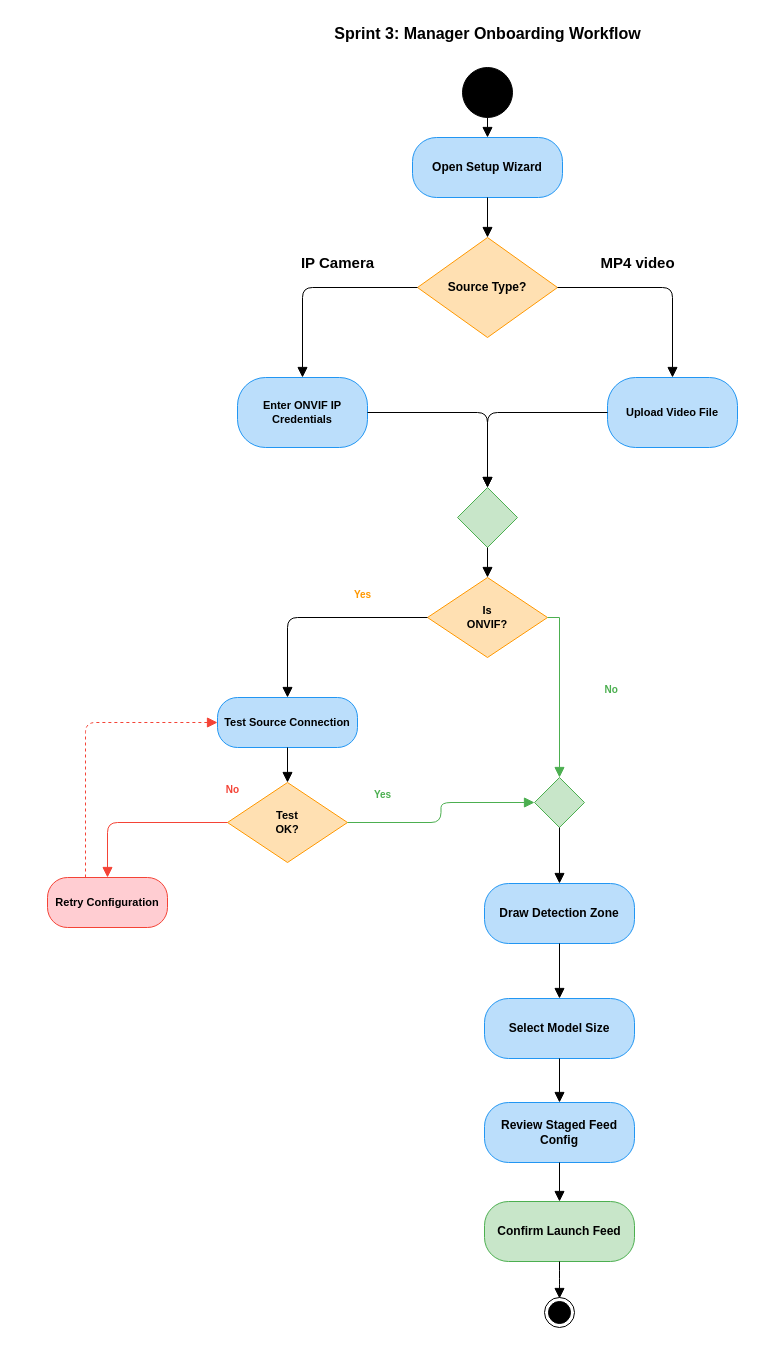
The draw.io diagram report-latex/figures/drawio/chapter5_onboarding_activity.drawio in Salmen-BA21/Queue-Wait-Time-Estimation, before the edit. Source tidied: cells renumbered, new cells numbered last; positions are measured from the earlier drawing's top-left corner, leaving out a move shared by most shapes. Both pictures are drawn from the tidied source at 100%, with x=0, y=0 at pixel (47, 17).
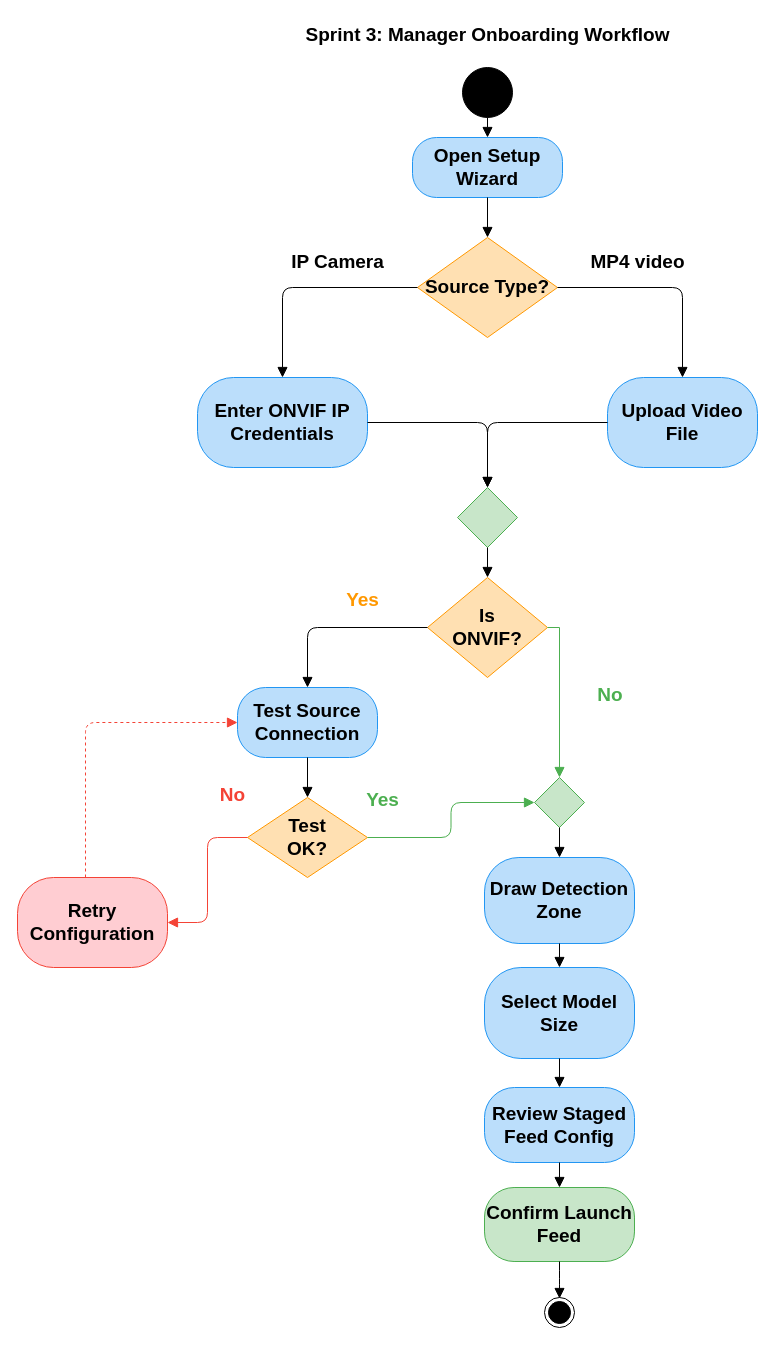
After the change.

What changed in the source:
```diff
@@
-    <mxCell id="2" value="Sprint 3: Manager Onboarding Workflow" style="text;html=1;align=center;verticalAlign=top;fontSize=16;fontStyle=1;fontColor=#000000;" parent="1" vertex="1">
+    <mxCell id="2" value="Sprint 3: Manager Onboarding Workflow" style="text;html=1;align=center;verticalAlign=top;fontSize=19;fontStyle=1;fontColor=#000000;" parent="1" vertex="1">
       <mxGeometry x="290" width="300" height="30" as="geometry" />
     </mxCell>
-    <mxCell id="3" style="ellipse;html=1;shape=ellipse;perimeter=ellipsePerimeter;whiteSpace=wrap;filled=1;fillColor=#000000;" parent="1" vertex="1">
+    <mxCell id="3" style="ellipse;html=1;shape=ellipse;perimeter=ellipsePerimeter;whiteSpace=wrap;filled=1;fillColor=#000000;fontSize=19;" parent="1" vertex="1">
       <mxGeometry x="415" y="50" width="50" height="50" as="geometry" />
     </mxCell>
-    <mxCell id="4" value="Open Setup Wizard" style="rounded=1;whiteSpace=wrap;html=1;arcSize=40;strokeColor=#2196F3;fillColor=#BBDEFB;fontStyle=1;fontSize=12;" parent="1" vertex="1">
+    <mxCell id="4" value="Open Setup Wizard" style="rounded=1;whiteSpace=wrap;html=1;arcSize=40;strokeColor=#2196F3;fillColor=#BBDEFB;fontStyle=1;fontSize=19;" parent="1" vertex="1">
       <mxGeometry x="365" y="120" width="150" height="60" as="geometry" />
     </mxCell>
-    <mxCell id="5" style="edgeStyle=orthogonalEdgeStyle;html=1;strokeColor=#000000;endArrow=block;endSize=8;" parent="1" edge="1" source="3" target="4">
+    <mxCell id="5" style="edgeStyle=orthogonalEdgeStyle;html=1;strokeColor=#000000;endArrow=block;endSize=8;fontSize=19;" parent="1" edge="1" source="3" target="4">
       <mxGeometry relative="1" as="geometry" />
     </mxCell>
-    <mxCell id="6" value="Source Type?" style="rhombus;whiteSpace=wrap;html=1;strokeColor=#FF9800;fillColor=#FFE0B2;fontStyle=1;fontSize=12;" parent="1" vertex="1">
+    <mxCell id="6" value="Source Type?" style="rhombus;whiteSpace=wrap;html=1;strokeColor=#FF9800;fillColor=#FFE0B2;fontStyle=1;fontSize=19;" parent="1" vertex="1">
       <mxGeometry x="370" y="220" width="140" height="100" as="geometry" />
     </mxCell>
-    <mxCell id="7" style="edgeStyle=orthogonalEdgeStyle;html=1;strokeColor=#000000;endArrow=block;endSize=8;" parent="1" edge="1" source="4" target="6">
+    <mxCell id="7" style="edgeStyle=orthogonalEdgeStyle;html=1;strokeColor=#000000;endArrow=block;endSize=8;fontSize=19;" parent="1" edge="1" source="4" target="6">
       <mxGeometry relative="1" as="geometry" />
     </mxCell>
-    <mxCell id="8" value="Enter ONVIF IP &amp;#10;Credentials" style="rounded=1;whiteSpace=wrap;html=1;arcSize=40;strokeColor=#2196F3;fillColor=#BBDEFB;fontStyle=1;fontSize=11;" parent="1" vertex="1">
-      <mxGeometry x="190" y="360" width="130" height="70" as="geometry" />
+    <mxCell id="8" value="Enter ONVIF IP &#10;Credentials" style="rounded=1;whiteSpace=wrap;html=1;arcSize=40;strokeColor=#2196F3;fillColor=#BBDEFB;fontStyle=1;fontSize=19;" parent="1" vertex="1">
+      <mxGeometry x="150" y="360" width="170" height="90" as="geometry" />
     </mxCell>
-    <mxCell id="9" style="edgeStyle=orthogonalEdgeStyle;html=1;strokeColor=#000000;endArrow=block;endSize=8;" parent="1" edge="1" source="6" target="8">
+    <mxCell id="9" style="edgeStyle=orthogonalEdgeStyle;html=1;strokeColor=#000000;endArrow=block;endSize=8;fontSize=19;" parent="1" edge="1" source="6" target="8">
       <mxGeometry relative="1" as="geometry" />
     </mxCell>
-    <mxCell id="10" value="Upload Video File" style="rounded=1;whiteSpace=wrap;html=1;arcSize=40;strokeColor=#2196F3;fillColor=#BBDEFB;fontStyle=1;fontSize=11;" parent="1" vertex="1">
-      <mxGeometry x="560" y="360" width="130" height="70" as="geometry" />
+    <mxCell id="10" value="Upload Video File" style="rounded=1;whiteSpace=wrap;html=1;arcSize=40;strokeColor=#2196F3;fillColor=#BBDEFB;fontStyle=1;fontSize=19;" parent="1" vertex="1">
+      <mxGeometry x="560" y="360" width="150" height="90" as="geometry" />
     </mxCell>
-    <mxCell id="11" style="edgeStyle=orthogonalEdgeStyle;html=1;strokeColor=#000000;endArrow=block;endSize=8;" parent="1" edge="1" source="6" target="10">
+    <mxCell id="11" style="edgeStyle=orthogonalEdgeStyle;html=1;strokeColor=#000000;endArrow=block;endSize=8;fontSize=19;" parent="1" edge="1" source="6" target="10">
       <mxGeometry relative="1" as="geometry" />
     </mxCell>
-    <mxCell id="12" style="rhombus;whiteSpace=wrap;html=1;strokeColor=#4CAF50;fillColor=#C8E6C9;fontSize=1;" parent="1" vertex="1">
+    <mxCell id="12" style="rhombus;whiteSpace=wrap;html=1;strokeColor=#4CAF50;fillColor=#C8E6C9;fontSize=19;" parent="1" vertex="1">
       <mxGeometry x="410" y="470" width="60" height="60" as="geometry" />
     </mxCell>
-    <mxCell id="13" style="edgeStyle=orthogonalEdgeStyle;html=1;strokeColor=#000000;endArrow=block;endSize=8;" parent="1" edge="1" source="8" target="12">
+    <mxCell id="13" style="edgeStyle=orthogonalEdgeStyle;html=1;strokeColor=#000000;endArrow=block;endSize=8;fontSize=19;" parent="1" edge="1" source="8" target="12">
       <mxGeometry relative="1" as="geometry" />
     </mxCell>
-    <mxCell id="14" style="edgeStyle=orthogonalEdgeStyle;html=1;strokeColor=#000000;endArrow=block;endSize=8;" parent="1" edge="1" source="10" target="12">
+    <mxCell id="14" style="edgeStyle=orthogonalEdgeStyle;html=1;strokeColor=#000000;endArrow=block;endSize=8;fontSize=19;" parent="1" edge="1" source="10" target="12">
       <mxGeometry relative="1" as="geometry" />
     </mxCell>
-    <mxCell id="15" value="Is&#10;ONVIF?" style="rhombus;whiteSpace=wrap;html=1;strokeColor=#FF9800;fillColor=#FFE0B2;fontStyle=1;fontSize=11;" parent="1" vertex="1">
-      <mxGeometry x="380" y="560" width="120" height="80" as="geometry" />
+    <mxCell id="15" value="Is&#10;ONVIF?" style="rhombus;whiteSpace=wrap;html=1;strokeColor=#FF9800;fillColor=#FFE0B2;fontStyle=1;fontSize=19;" parent="1" vertex="1">
+      <mxGeometry x="380" y="560" width="120" height="100" as="geometry" />
     </mxCell>
-    <mxCell id="16" style="edgeStyle=orthogonalEdgeStyle;html=1;strokeColor=#000000;endArrow=block;endSize=8;" parent="1" edge="1" source="12" target="15">
+    <mxCell id="16" style="edgeStyle=orthogonalEdgeStyle;html=1;strokeColor=#000000;endArrow=block;endSize=8;fontSize=19;" parent="1" edge="1" source="12" target="15">
       <mxGeometry relative="1" as="geometry" />
     </mxCell>
-    <mxCell id="17" value="Test Source Connection" style="rounded=1;whiteSpace=wrap;html=1;arcSize=40;strokeColor=#2196F3;fillColor=#BBDEFB;fontStyle=1;fontSize=11;" parent="1" vertex="1">
-      <mxGeometry x="170" y="680" width="140" height="50" as="geometry" />
+    <mxCell id="17" value="Test Source Connection" style="rounded=1;whiteSpace=wrap;html=1;arcSize=40;strokeColor=#2196F3;fillColor=#BBDEFB;fontStyle=1;fontSize=19;" parent="1" vertex="1">
+      <mxGeometry x="190" y="670" width="140" height="70" as="geometry" />
     </mxCell>
-    <mxCell id="18" style="edgeStyle=orthogonalEdgeStyle;html=1;strokeColor=#000000;endArrow=block;endSize=8;" parent="1" edge="1" source="15" target="17">
+    <mxCell id="18" style="edgeStyle=orthogonalEdgeStyle;html=1;strokeColor=#000000;endArrow=block;endSize=8;fontSize=19;" parent="1" edge="1" source="15" target="17">
       <mxGeometry relative="1" as="geometry" />
     </mxCell>
-    <mxCell id="19" value="Yes" style="text;html=1;align=center;fontSize=10;fontStyle=1;fontColor=#FF9800;" parent="1" vertex="1">
+    <mxCell id="19" value="Yes" style="text;html=1;align=center;fontSize=19;fontStyle=1;fontColor=#FF9800;" parent="1" vertex="1">
       <mxGeometry x="300" y="565" width="30" height="20" as="geometry" />
     </mxCell>
-    <mxCell id="20" value="Test&#10;OK?" style="rhombus;whiteSpace=wrap;html=1;strokeColor=#FF9800;fillColor=#FFE0B2;fontStyle=1;fontSize=11;" parent="1" vertex="1">
-      <mxGeometry x="180" y="765" width="120" height="80" as="geometry" />
+    <mxCell id="20" value="Test&#10;OK?" style="rhombus;whiteSpace=wrap;html=1;strokeColor=#FF9800;fillColor=#FFE0B2;fontStyle=1;fontSize=19;" parent="1" vertex="1">
+      <mxGeometry x="200" y="780" width="120" height="80" as="geometry" />
     </mxCell>
-    <mxCell id="21" style="edgeStyle=orthogonalEdgeStyle;html=1;strokeColor=#000000;endArrow=block;endSize=8;" parent="1" edge="1" source="17" target="20">
+    <mxCell id="21" style="edgeStyle=orthogonalEdgeStyle;html=1;strokeColor=#000000;endArrow=block;endSize=8;fontSize=19;" parent="1" edge="1" source="17" target="20">
       <mxGeometry relative="1" as="geometry" />
     </mxCell>
-    <mxCell id="22" value="Retry Configuration" style="rounded=1;whiteSpace=wrap;html=1;arcSize=40;strokeColor=#F44336;fillColor=#FFCDD2;fontStyle=1;fontSize=11;" parent="1" vertex="1">
-      <mxGeometry y="860" width="120" height="50" as="geometry" />
+    <mxCell id="22" value="Retry Configuration" style="rounded=1;whiteSpace=wrap;html=1;arcSize=40;strokeColor=#F44336;fillColor=#FFCDD2;fontStyle=1;fontSize=19;" parent="1" vertex="1">
+      <mxGeometry x="-30" y="860" width="150" height="90" as="geometry" />
     </mxCell>
-    <mxCell id="23" style="edgeStyle=orthogonalEdgeStyle;html=1;strokeColor=#F44336;endArrow=block;endSize=8;" parent="1" edge="1" source="20" target="22">
+    <mxCell id="23" style="edgeStyle=orthogonalEdgeStyle;html=1;strokeColor=#F44336;endArrow=block;endSize=8;fontSize=19;" parent="1" edge="1" source="20" target="22">
       <mxGeometry relative="1" as="geometry" />
     </mxCell>
-    <mxCell id="24" value="No" style="text;html=1;align=center;fontSize=10;fontStyle=1;fontColor=#F44336;" parent="1" vertex="1">
+    <mxCell id="24" value="No" style="text;html=1;align=center;fontSize=19;fontStyle=1;fontColor=#F44336;" parent="1" vertex="1">
       <mxGeometry x="170" y="760" width="30" height="20" as="geometry" />
     </mxCell>
-    <mxCell id="25" style="edgeStyle=orthogonalEdgeStyle;html=1;strokeColor=#F44336;endArrow=block;endSize=8;dashed=1;" parent="1" edge="1" source="22" target="17">
+    <mxCell id="25" style="edgeStyle=orthogonalEdgeStyle;html=1;strokeColor=#F44336;endArrow=block;endSize=8;dashed=1;fontSize=19;" parent="1" edge="1" source="22" target="17">
       <mxGeometry relative="1" as="geometry">
         <Array as="points">
           <mxPoint x="38" y="705" />
         </Array>
       </mxGeometry>
     </mxCell>
-    <mxCell id="26" style="rhombus;whiteSpace=wrap;html=1;strokeColor=#4CAF50;fillColor=#C8E6C9;fontSize=1;" parent="1" vertex="1">
+    <mxCell id="26" style="rhombus;whiteSpace=wrap;html=1;strokeColor=#4CAF50;fillColor=#C8E6C9;fontSize=19;" parent="1" vertex="1">
       <mxGeometry x="487" y="760" width="50" height="50" as="geometry" />
     </mxCell>
-    <mxCell id="27" style="html=1;strokeColor=#4CAF50;endArrow=block;endSize=8;exitX=1;exitY=0.5;edgeStyle=orthogonalEdgeStyle;rounded=0;curved=0;" parent="1" edge="1" source="15" target="26">
+    <mxCell id="27" style="html=1;strokeColor=#4CAF50;endArrow=block;endSize=8;exitX=1;exitY=0.5;edgeStyle=orthogonalEdgeStyle;rounded=0;curved=0;fontSize=19;" parent="1" edge="1" source="15" target="26">
       <mxGeometry relative="1" as="geometry" />
     </mxCell>
-    <mxCell id="28" value="No&amp;nbsp;" style="text;html=1;align=center;fontSize=10;fontStyle=1;fontColor=#4CAF50;" parent="1" vertex="1">
+    <mxCell id="28" value="No&amp;nbsp;" style="text;html=1;align=center;fontSize=19;fontStyle=1;fontColor=#4CAF50;" parent="1" vertex="1">
       <mxGeometry x="530" y="660" width="70" height="20" as="geometry" />
     </mxCell>
-    <mxCell id="29" style="edgeStyle=orthogonalEdgeStyle;html=1;strokeColor=#4CAF50;endArrow=block;endSize=8;exitX=1;exitY=0.5;exitDx=0;exitDy=0;" parent="1" edge="1" source="20" target="26">
+    <mxCell id="29" style="edgeStyle=orthogonalEdgeStyle;html=1;strokeColor=#4CAF50;endArrow=block;endSize=8;exitX=1;exitY=0.5;exitDx=0;exitDy=0;fontSize=19;" parent="1" edge="1" source="20" target="26">
       <mxGeometry relative="1" as="geometry" />
     </mxCell>
-    <mxCell id="30" value="Yes" style="text;html=1;align=center;fontSize=10;fontStyle=1;fontColor=#4CAF50;" parent="1" vertex="1">
+    <mxCell id="30" value="Yes" style="text;html=1;align=center;fontSize=19;fontStyle=1;fontColor=#4CAF50;" parent="1" vertex="1">
       <mxGeometry x="320" y="765" width="30" height="20" as="geometry" />
     </mxCell>
-    <mxCell id="31" style="edgeStyle=orthogonalEdgeStyle;html=1;strokeColor=#000000;endArrow=block;endSize=8;" parent="1" edge="1" source="26" target="32">
+    <mxCell id="31" style="edgeStyle=orthogonalEdgeStyle;html=1;strokeColor=#000000;endArrow=block;endSize=8;fontSize=19;" parent="1" edge="1" source="26" target="32">
       <mxGeometry relative="1" as="geometry" />
     </mxCell>
-    <mxCell id="32" value="Draw Detection Zone" style="rounded=1;whiteSpace=wrap;html=1;arcSize=40;strokeColor=#2196F3;fillColor=#BBDEFB;fontStyle=1;fontSize=12;" parent="1" vertex="1">
-      <mxGeometry x="437" y="866" width="150" height="60" as="geometry" />
+    <mxCell id="32" value="Draw Detection Zone" style="rounded=1;whiteSpace=wrap;html=1;arcSize=40;strokeColor=#2196F3;fillColor=#BBDEFB;fontStyle=1;fontSize=19;" parent="1" vertex="1">
+      <mxGeometry x="437" y="840" width="150" height="86" as="geometry" />
     </mxCell>
-    <mxCell id="33" value="Select Model Size" style="rounded=1;whiteSpace=wrap;html=1;arcSize=40;strokeColor=#2196F3;fillColor=#BBDEFB;fontStyle=1;fontSize=12;" parent="1" vertex="1">
-      <mxGeometry x="437" y="981" width="150" height="60" as="geometry" />
+    <mxCell id="33" value="Select Model Size" style="rounded=1;whiteSpace=wrap;html=1;arcSize=40;strokeColor=#2196F3;fillColor=#BBDEFB;fontStyle=1;fontSize=19;" parent="1" vertex="1">
+      <mxGeometry x="437" y="950" width="150" height="91" as="geometry" />
     </mxCell>
-    <mxCell id="34" style="edgeStyle=orthogonalEdgeStyle;html=1;strokeColor=#000000;endArrow=block;endSize=8;" parent="1" edge="1" source="32" target="33">
+    <mxCell id="34" style="edgeStyle=orthogonalEdgeStyle;html=1;strokeColor=#000000;endArrow=block;endSize=8;fontSize=19;" parent="1" edge="1" source="32" target="33">
       <mxGeometry relative="1" as="geometry" />
     </mxCell>
-    <mxCell id="35" value="Review Staged Feed Config" style="rounded=1;whiteSpace=wrap;html=1;arcSize=40;strokeColor=#2196F3;fillColor=#BBDEFB;fontStyle=1;fontSize=12;" parent="1" vertex="1">
-      <mxGeometry x="437" y="1085" width="150" height="60" as="geometry" />
+    <mxCell id="35" value="Review Staged Feed Config" style="rounded=1;whiteSpace=wrap;html=1;arcSize=40;strokeColor=#2196F3;fillColor=#BBDEFB;fontStyle=1;fontSize=19;" parent="1" vertex="1">
+      <mxGeometry x="437" y="1070" width="150" height="75" as="geometry" />
     </mxCell>
-    <mxCell id="36" style="edgeStyle=orthogonalEdgeStyle;html=1;strokeColor=#000000;endArrow=block;endSize=8;" parent="1" edge="1" source="33" target="35">
+    <mxCell id="36" style="edgeStyle=orthogonalEdgeStyle;html=1;strokeColor=#000000;endArrow=block;endSize=8;fontSize=19;" parent="1" edge="1" source="33" target="35">
       <mxGeometry relative="1" as="geometry" />
     </mxCell>
-    <mxCell id="37" value="Confirm Launch Feed" style="rounded=1;whiteSpace=wrap;html=1;arcSize=40;strokeColor=#4CAF50;fillColor=#C8E6C9;fontStyle=1;fontSize=12;" parent="1" vertex="1">
-      <mxGeometry x="437" y="1184" width="150" height="60" as="geometry" />
+    <mxCell id="37" value="Confirm Launch Feed" style="rounded=1;whiteSpace=wrap;html=1;arcSize=40;strokeColor=#4CAF50;fillColor=#C8E6C9;fontStyle=1;fontSize=19;" parent="1" vertex="1">
+      <mxGeometry x="437" y="1170" width="150" height="74" as="geometry" />
     </mxCell>
-    <mxCell id="38" style="edgeStyle=orthogonalEdgeStyle;html=1;strokeColor=#000000;endArrow=block;endSize=8;" parent="1" edge="1" source="35" target="37">
+    <mxCell id="38" style="edgeStyle=orthogonalEdgeStyle;html=1;strokeColor=#000000;endArrow=block;endSize=8;fontSize=19;" parent="1" edge="1" source="35" target="37">
       <mxGeometry relative="1" as="geometry" />
     </mxCell>
-    <mxCell id="39" style="edgeStyle=orthogonalEdgeStyle;html=1;strokeColor=#000000;endArrow=block;endSize=8;" parent="1" edge="1" source="37">
+    <mxCell id="39" style="edgeStyle=orthogonalEdgeStyle;html=1;strokeColor=#000000;endArrow=block;endSize=8;fontSize=19;" parent="1" edge="1" source="37">
       <mxGeometry relative="1" as="geometry">
         <mxPoint x="512" y="1281" as="targetPoint" />
       </mxGeometry>
     </mxCell>
-    <mxCell id="40" style="ellipse;html=1;shape=endState;fillColor=strokeColor;" parent="1" vertex="1">
+    <mxCell id="40" style="ellipse;html=1;shape=endState;fillColor=strokeColor;fontSize=19;" parent="1" vertex="1">
       <mxGeometry x="497" y="1280" width="30" height="30" as="geometry" />
     </mxCell>
-    <mxCell id="41" value="MP4 video" style="text;html=1;align=center;verticalAlign=middle;strokeColor=none;fillColor=none;fontStyle=1;fontSize=15;" parent="1" vertex="1">
-      <mxGeometry x="540" y="230" width="100" height="30" as="geometry" />
+    <mxCell id="41" value="MP4 video" style="text;html=1;align=center;verticalAlign=middle;strokeColor=none;fillColor=none;fontStyle=1;fontSize=19;" parent="1" vertex="1">
+      <mxGeometry x="535" y="225" width="110" height="40" as="geometry" />
     </mxCell>
-    <mxCell id="42" value="IP Camera" style="text;html=1;align=center;verticalAlign=middle;strokeColor=none;fillColor=none;fontSize=15;fontStyle=1;" parent="1" vertex="1">
-      <mxGeometry x="240" y="230" width="100" height="30" as="geometry" />
+    <mxCell id="42" value="IP Camera" style="text;html=1;align=center;verticalAlign=middle;strokeColor=none;fillColor=none;fontSize=19;fontStyle=1;" parent="1" vertex="1">
+      <mxGeometry x="235" y="225" width="110" height="40" as="geometry" />
     </mxCell>
```
